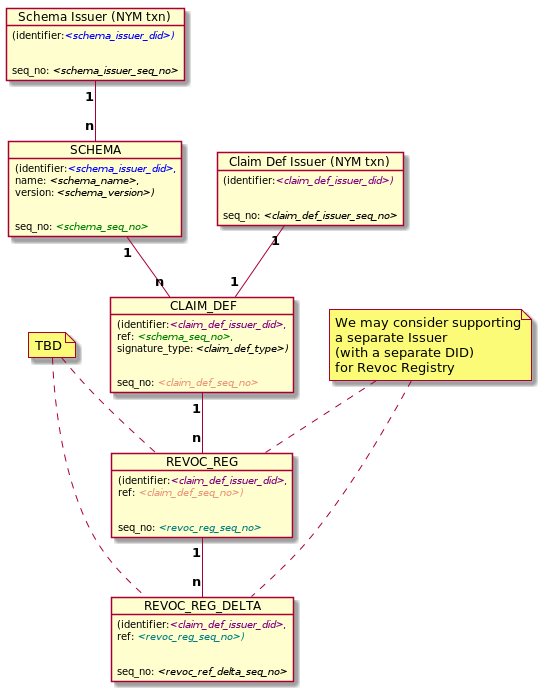
This is docs/relationship-diagram.png from hyperledger/indy-node, a PlantUML export, as it was before one commit.
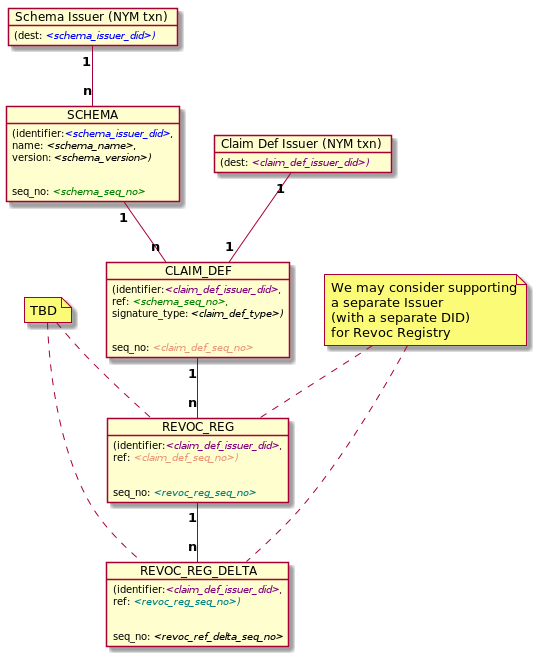
After the change.

What changed in the source:
```diff
@@ -1,14 +1,10 @@
 @startuml
 object "Schema Issuer (NYM txn)" as DID1 {
-(identifier: <font color=blue><i><schema_issuer_did>)
-\n
-seq_no: <i><schema_issuer_seq_no>
+(dest: <font color=blue><i><schema_issuer_did>)
 }
 
 object "Claim Def Issuer (NYM txn)" as DID2 {
-(identifier: <font color=purple><i><claim_def_issuer_did>)
-\n
-seq_no: <i><claim_def_issuer_seq_no>
+(dest: <font color=purple><i><claim_def_issuer_did>)
 }
 
 object SCHEMA {
```
